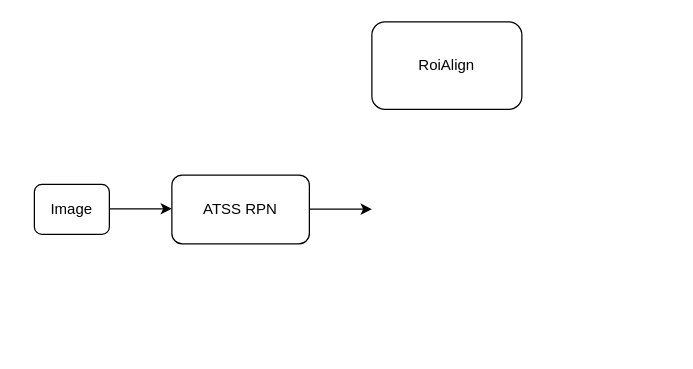
The draw.io diagram 多模态目标检测.drawio in thb1314/for_draw_io, before the edit. Source tidied: cells renumbered, new cells numbered last; positions are measured from the earlier drawing's top-left corner, leaving out a move shared by most shapes. Both pictures are drawn from the tidied source at 125%, with x=0, y=0 at pixel (34, 21).
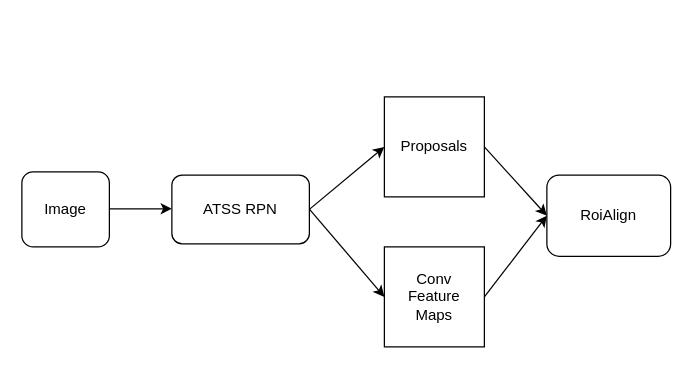
The same diagram, later.

Commit message (it also covers changes not shown here):
更新多模态目标检测.drawio

What changed in the source:
```diff
@@
 <mxGraphModel>
   <root>
     <mxCell id="0" />
     <mxCell id="1" parent="0" />
     <mxCell id="2" value="Image" style="rounded=1;whiteSpace=wrap;html=1;" parent="1" vertex="1">
-      <mxGeometry y="130" width="60" height="40" as="geometry" />
+      <mxGeometry x="-10" y="120" width="70" height="60" as="geometry" />
     </mxCell>
     <mxCell id="3" style="endArrow=classic;html=1;rounded=0;" parent="1" edge="1">
       <mxGeometry relative="1" as="geometry">
         <mxPoint x="60" y="149.5" as="sourcePoint" />
         <mxPoint x="110" y="149.5" as="targetPoint" />
       </mxGeometry>
     </mxCell>
     <mxCell id="4" value="ATSS RPN" style="rounded=1;whiteSpace=wrap;html=1;" parent="1" vertex="1">
       <mxGeometry x="110" y="122.5" width="110" height="55" as="geometry" />
     </mxCell>
+    <mxCell id="6" style="endArrow=classic;html=1;rounded=0;entryX=0;entryY=0.5;entryDx=0;entryDy=0;" parent="1" edge="1" target="7">
+      <mxGeometry relative="1" as="geometry">
+        <mxPoint x="220" y="149.8" as="sourcePoint" />
+      </mxGeometry>
+    </mxCell>
     <mxCell id="5" value="RoiAlign" style="rounded=1;whiteSpace=wrap;html=1;" parent="1" vertex="1">
-      <mxGeometry x="270" width="120" height="70" as="geometry" />
+      <mxGeometry x="410" y="122.5" width="99" height="65" as="geometry" />
     </mxCell>
-    <mxCell id="6" style="endArrow=classic;html=1;rounded=0;" parent="1" edge="1">
-      <mxGeometry relative="1" as="geometry">
-        <mxPoint x="220" y="149.8" as="sourcePoint" />
-        <mxPoint x="270" y="149.8" as="targetPoint" />
-      </mxGeometry>
-    </mxCell>
+    <mxCell id="7" value="Conv &lt;br&gt;Feature&lt;br&gt;Maps" style="whiteSpace=wrap;html=1;" parent="1" vertex="1">
+      <mxGeometry x="280" y="180" width="80" height="80" as="geometry" />
+    </mxCell>
+    <mxCell id="8" value="Proposals" style="whiteSpace=wrap;html=1;" parent="1" vertex="1">
+      <mxGeometry x="280" y="60" width="80" height="80" as="geometry" />
+    </mxCell>
+    <mxCell id="9" style="endArrow=classic;html=1;rounded=0;entryX=0;entryY=0.5;entryDx=0;entryDy=0;exitX=1;exitY=0.5;exitDx=0;exitDy=0;" parent="1" edge="1" source="4" target="8">
+      <mxGeometry relative="1" as="geometry" />
+    </mxCell>
+    <mxCell id="10" style="endArrow=classic;html=1;rounded=0;entryX=0;entryY=0.5;entryDx=0;entryDy=0;exitX=1;exitY=0.5;exitDx=0;exitDy=0;" parent="1" edge="1" source="8" target="5">
+      <mxGeometry relative="1" as="geometry" />
+    </mxCell>
+    <mxCell id="11" style="endArrow=classic;html=1;rounded=0;entryX=0;entryY=0.5;entryDx=0;entryDy=0;exitX=1;exitY=0.5;exitDx=0;exitDy=0;" parent="1" edge="1" source="7" target="5">
+      <mxGeometry relative="1" as="geometry" />
+    </mxCell>
   </root>
 </mxGraphModel>
```
